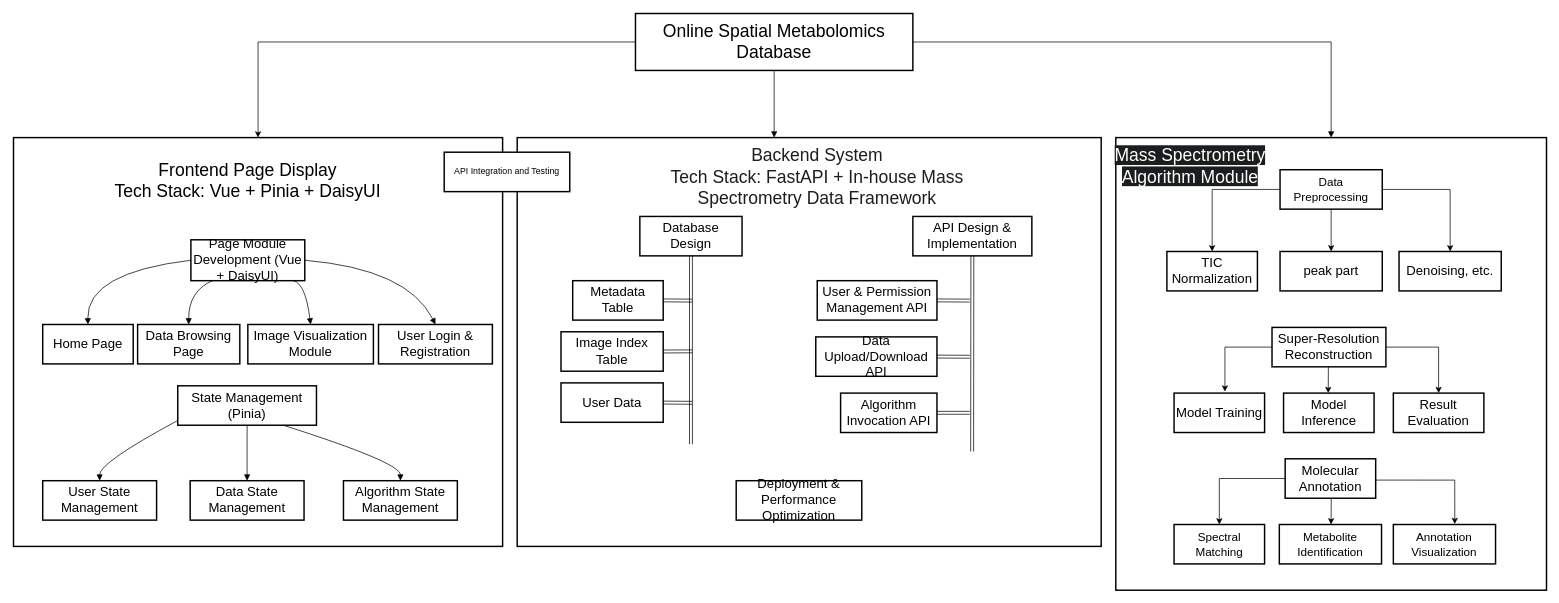
The draw.io diagram MSI_Online.drawio in NeoNexusX/draw.io, before the edit. Source tidied: cells renumbered, new cells numbered last; positions are measured from the earlier drawing's top-left corner, leaving out a move shared by most shapes. Both pictures are drawn from the tidied source at 73%, with x=0, y=0 at pixel (13, 13).
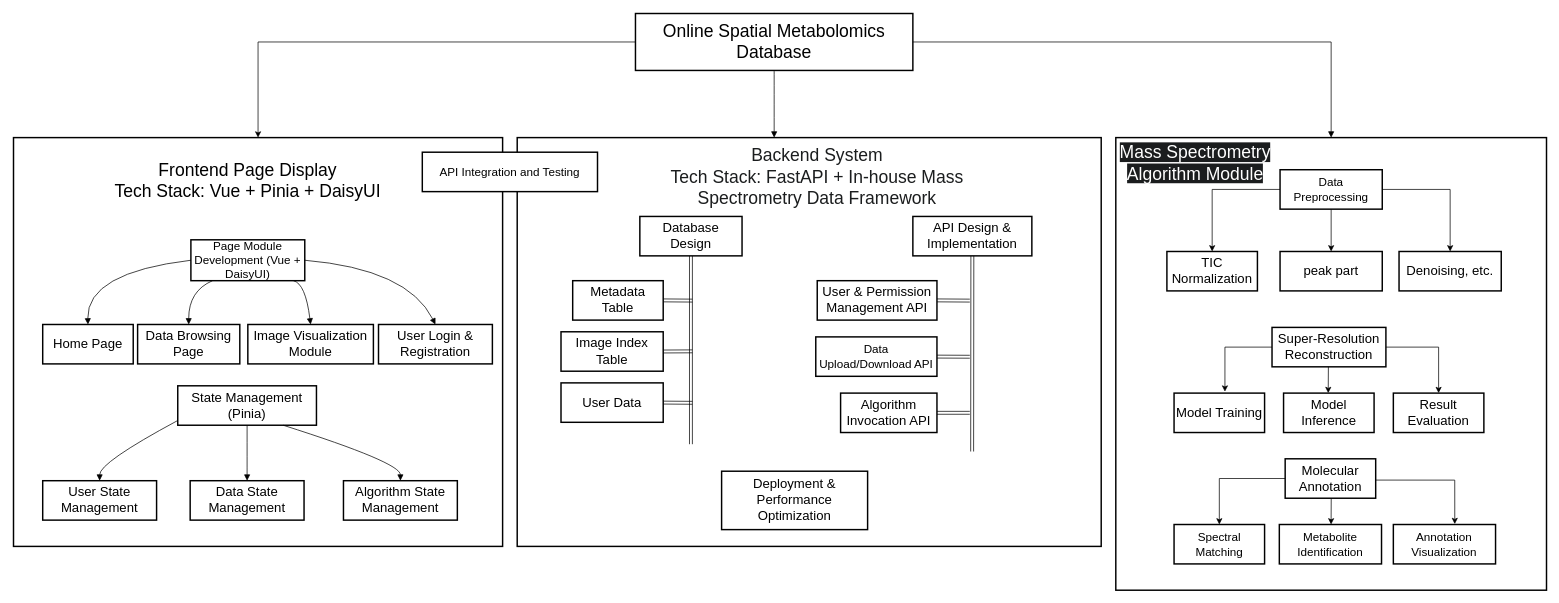
After the change.

What changed in the source:
```diff
@@
-    <mxCell id="12" value="Page Module Development (Vue + DaisyUI)" style="whiteSpace=wrap;strokeWidth=2;fontSize=18;" parent="1" vertex="1">
+    <mxCell id="12" value="Page Module Development (Vue + DaisyUI)" style="whiteSpace=wrap;strokeWidth=2;fontSize=16;" parent="1" vertex="1">
       <mxGeometry x="243" y="310" width="156" height="56" as="geometry" />
     </mxCell>
@@
-    <mxCell id="17" value="API Integration and Testing" style="whiteSpace=wrap;strokeWidth=2;" parent="1" vertex="1">
-      <mxGeometry x="590" y="190" width="172" height="54" as="geometry" />
+    <mxCell id="17" value="API Integration and Testing" style="whiteSpace=wrap;strokeWidth=2;fontSize=16;" parent="1" vertex="1">
+      <mxGeometry x="560" y="190" width="240" height="54" as="geometry" />
     </mxCell>
@@
-    <mxCell id="29" value="Data Upload/Download API" style="whiteSpace=wrap;strokeWidth=2;fontSize=18;" parent="1" vertex="1">
+    <mxCell id="29" value="Data Upload/Download API" style="whiteSpace=wrap;strokeWidth=2;fontSize=16;" parent="1" vertex="1">
       <mxGeometry x="1099" y="443" width="166" height="54" as="geometry" />
     </mxCell>
@@
     <mxCell id="57" value="Deployment &amp; Performance Optimization" style="whiteSpace=wrap;strokeWidth=2;fontSize=18;" parent="1" vertex="1">
-      <mxGeometry x="990" y="640" width="172" height="54" as="geometry" />
+      <mxGeometry x="970" y="627" width="200" height="80" as="geometry" />
     </mxCell>
@@
     <mxCell id="60" value="&lt;span style=&quot;font-family: Helvetica; font-style: normal; font-variant-ligatures: normal; font-variant-caps: normal; font-weight: 400; letter-spacing: normal; orphans: 2; text-indent: 0px; text-transform: none; widows: 2; word-spacing: 0px; -webkit-text-stroke-width: 0px; white-space: normal; text-decoration-thickness: initial; text-decoration-style: initial; text-decoration-color: initial; float: none; background-color: light-dark(rgb(27, 29, 30), rgb(0, 0, 0)); display: inline !important;&quot;&gt;&lt;font style=&quot;color: light-dark(rgb(255, 255, 255), rgb(255, 255, 255));&quot;&gt;Mass Spectrometry Algorithm Module&lt;/font&gt;&lt;/span&gt;" style="text;whiteSpace=wrap;html=1;align=center;fontSize=24;" parent="1" vertex="1">
-      <mxGeometry x="1507" y="174" width="210" height="40" as="geometry" />
+      <mxGeometry x="1514" y="170" width="210" height="66" as="geometry" />
     </mxCell>
```
